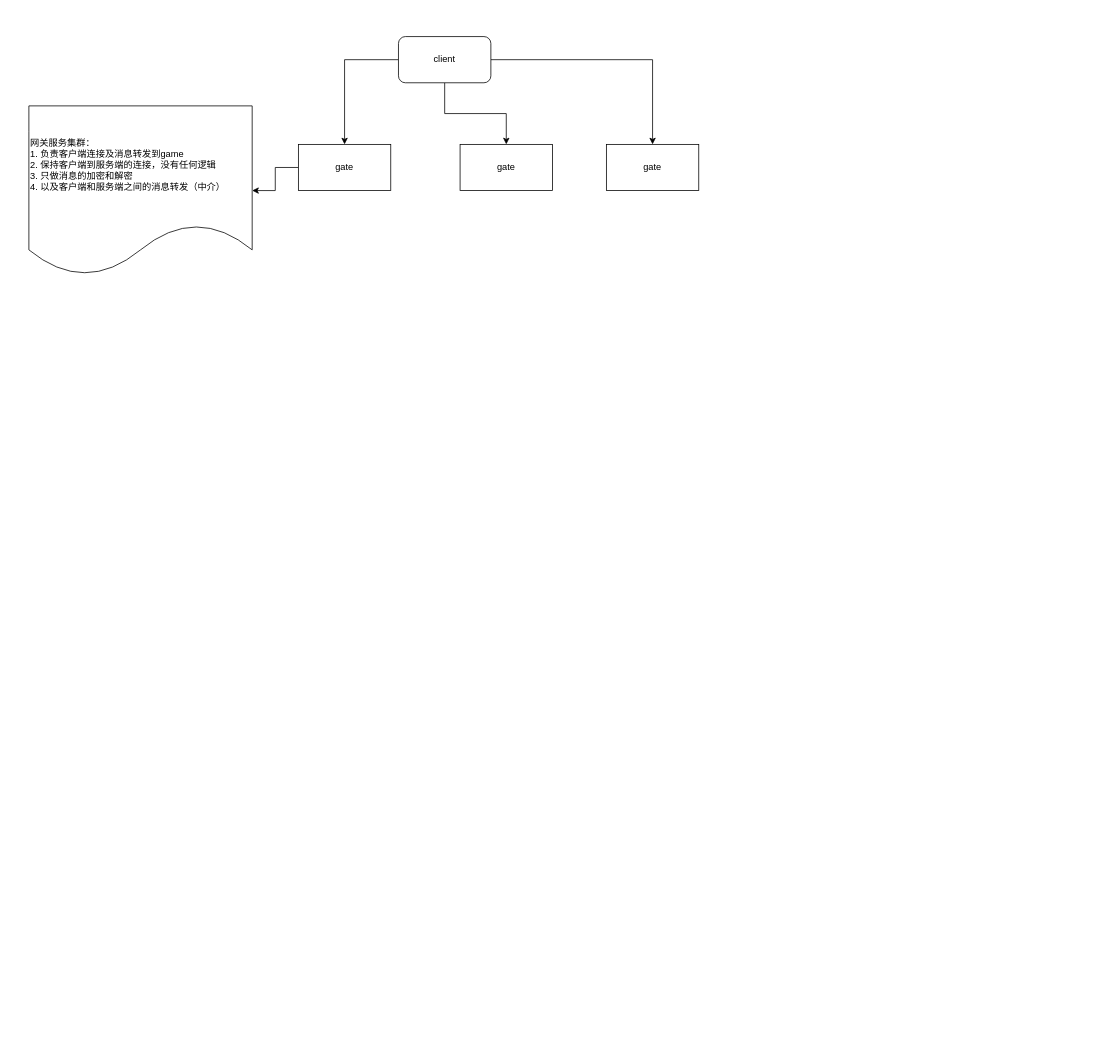
The draw.io diagram architecture.drawio in smakry/drawio, before the edit. Source tidied: cells renumbered, new cells numbered last; positions are measured from the earlier drawing's top-left corner, leaving out a move shared by most shapes. Both pictures are drawn from the tidied source at 77%, with x=0, y=0 at pixel (28, 36).
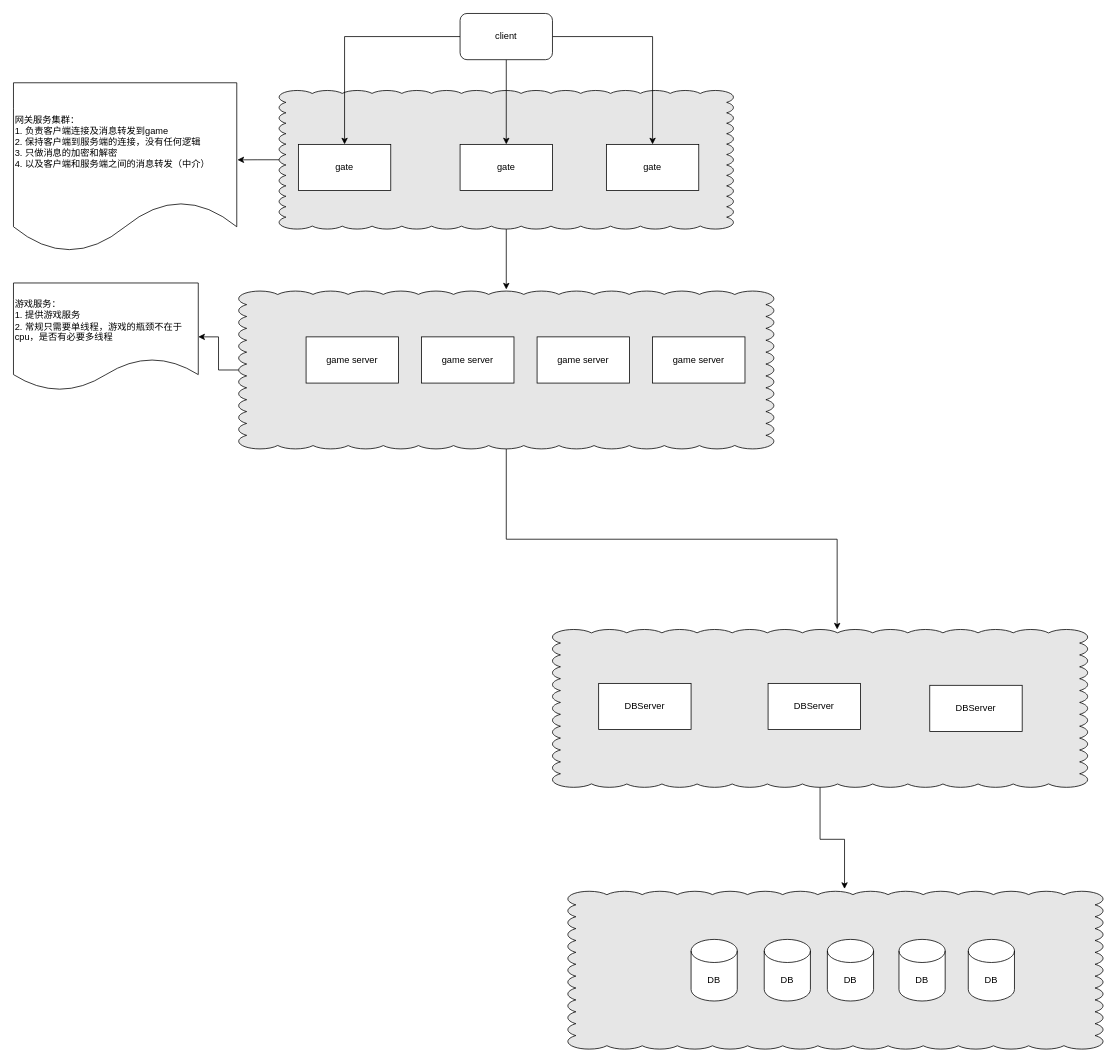
After the change.

The change refers to these unchanged cells:
```xml
<mxCell id="7" value="gate" style="rounded=0;whiteSpace=wrap;html=1;" parent="1" vertex="1">
  <mxGeometry x="350" y="140" width="120" height="60" as="geometry" />
</mxCell>
<mxCell id="8" value="gate" style="rounded=0;whiteSpace=wrap;html=1;" parent="1" vertex="1">
  <mxGeometry x="560" y="140" width="120" height="60" as="geometry" />
</mxCell>
```

Diff of the diagram source:
```diff
@@
-    <mxCell id="2" style="edgeStyle=orthogonalEdgeStyle;rounded=0;jettySize=auto;html=1;" parent="1" edge="1" source="5" target="8">
-      <mxGeometry relative="1" as="geometry" />
-    </mxCell>
+    <mxCell id="11" style="whiteSpace=wrap;html=1;shape=mxgraph.basic.cloud_rect;labelBackgroundColor=none;fillColor=#E6E6E6;" parent="1" vertex="1">
+      <mxGeometry x="700" y="1110" width="695" height="205" as="geometry" />
+    </mxCell>
+    <mxCell id="12" style="edgeStyle=orthogonalEdgeStyle;rounded=0;jettySize=auto;html=1;" parent="1" edge="1" source="14" target="19">
+      <mxGeometry relative="1" as="geometry" />
+    </mxCell>
+    <mxCell id="13" style="edgeStyle=orthogonalEdgeStyle;rounded=0;jettySize=auto;html=1;entryX=0.532;entryY=0;entryDx=0;entryDy=0;entryPerimeter=0;" parent="1" edge="1" source="14" target="29">
+      <mxGeometry relative="1" as="geometry" />
+    </mxCell>
+    <mxCell id="14" style="whiteSpace=wrap;html=1;shape=mxgraph.basic.cloud_rect;labelBackgroundColor=none;fillColor=#E6E6E6;" parent="1" vertex="1">
+      <mxGeometry x="272.5" y="330.5" width="695" height="205" as="geometry" />
+    </mxCell>
+    <mxCell id="15" style="edgeStyle=orthogonalEdgeStyle;rounded=0;jettySize=auto;html=1;entryX=0.5;entryY=-0.01;entryDx=0;entryDy=0;entryPerimeter=0;" parent="1" edge="1" source="17" target="14">
+      <mxGeometry relative="1" as="geometry" />
+    </mxCell>
+    <mxCell id="16" style="edgeStyle=orthogonalEdgeStyle;rounded=0;jettySize=auto;html=1;entryX=1.003;entryY=0.455;entryDx=0;entryDy=0;entryPerimeter=0;" parent="1" edge="1" source="17" target="10">
+      <mxGeometry relative="1" as="geometry" />
+    </mxCell>
+    <mxCell id="17" style="whiteSpace=wrap;html=1;shape=mxgraph.basic.cloud_rect;labelBackgroundColor=none;fillColor=#E6E6E6;" parent="1" vertex="1">
+      <mxGeometry x="325" y="70" width="590" height="180" as="geometry" />
+    </mxCell>
@@
+    <mxCell id="2" style="edgeStyle=orthogonalEdgeStyle;rounded=0;jettySize=auto;html=1;" parent="1" edge="1" source="5" target="8">
+      <mxGeometry relative="1" as="geometry" />
+    </mxCell>
     <mxCell id="5" value="client" style="rounded=1;whiteSpace=wrap;html=1;" parent="1" vertex="1">
-      <mxGeometry x="480" width="120" height="60" as="geometry" />
+      <mxGeometry x="560" y="-30" width="120" height="60" as="geometry" />
     </mxCell>
-    <mxCell id="6" style="edgeStyle=orthogonalEdgeStyle;rounded=0;jettySize=auto;html=1;" parent="1" edge="1" source="7" target="10">
-      <mxGeometry relative="1" as="geometry" />
-    </mxCell>
@@
     <mxCell id="10" value="网关服务集群：&lt;br&gt;1. 负责客户端连接及消息转发到game&lt;br&gt;2. 保持客户端到服务端的连接，没有任何逻辑&lt;br&gt;3. 只做消息的加密和解密&lt;br&gt;&lt;div style=&quot;&quot;&gt;&lt;span style=&quot;background-color: initial;&quot;&gt;4. 以及客户端和服务端之间的消息转发（中介）&lt;/span&gt;&lt;/div&gt;" style="shape=document;whiteSpace=wrap;html=1;boundedLbl=1;rounded=0;align=left;" parent="1" vertex="1">
-      <mxGeometry y="90" width="290" height="220" as="geometry" />
+      <mxGeometry x="-20" y="60" width="290" height="220" as="geometry" />
     </mxCell>
+    <mxCell id="18" value="game server" style="rounded=0;whiteSpace=wrap;html=1;" parent="1" vertex="1">
+      <mxGeometry x="360" y="390" width="120" height="60" as="geometry" />
+    </mxCell>
+    <mxCell id="19" value="游戏服务：&lt;br&gt;1. 提供游戏服务&lt;br&gt;2. 常规只需要单线程，游戏的瓶颈不在于cpu，是否有必要多线程" style="shape=document;whiteSpace=wrap;html=1;boundedLbl=1;rounded=0;align=left;" parent="1" vertex="1">
+      <mxGeometry x="-20" y="320" width="240" height="140" as="geometry" />
+    </mxCell>
+    <mxCell id="20" value="game server" style="rounded=0;whiteSpace=wrap;html=1;" parent="1" vertex="1">
+      <mxGeometry x="510" y="390" width="120" height="60" as="geometry" />
+    </mxCell>
+    <mxCell id="21" value="game server" style="rounded=0;whiteSpace=wrap;html=1;" parent="1" vertex="1">
+      <mxGeometry x="660" y="390" width="120" height="60" as="geometry" />
+    </mxCell>
+    <mxCell id="22" value="game server" style="rounded=0;whiteSpace=wrap;html=1;" parent="1" vertex="1">
+      <mxGeometry x="810" y="390" width="120" height="60" as="geometry" />
+    </mxCell>
+    <mxCell id="23" value="DB" style="shape=cylinder3;whiteSpace=wrap;html=1;boundedLbl=1;backgroundOutline=1;size=15;labelBackgroundColor=none;fillColor=#FFFFFF;" parent="1" vertex="1">
+      <mxGeometry x="860" y="1172.5" width="60" height="80" as="geometry" />
+    </mxCell>
+    <mxCell id="24" value="DB" style="shape=cylinder3;whiteSpace=wrap;html=1;boundedLbl=1;backgroundOutline=1;size=15;labelBackgroundColor=none;fillColor=#FFFFFF;" parent="1" vertex="1">
+      <mxGeometry x="955" y="1172.5" width="60" height="80" as="geometry" />
+    </mxCell>
+    <mxCell id="25" value="DB" style="shape=cylinder3;whiteSpace=wrap;html=1;boundedLbl=1;backgroundOutline=1;size=15;labelBackgroundColor=none;fillColor=#FFFFFF;" parent="1" vertex="1">
+      <mxGeometry x="1037" y="1172.5" width="60" height="80" as="geometry" />
+    </mxCell>
+    <mxCell id="26" value="DB" style="shape=cylinder3;whiteSpace=wrap;html=1;boundedLbl=1;backgroundOutline=1;size=15;labelBackgroundColor=none;fillColor=#FFFFFF;" parent="1" vertex="1">
+      <mxGeometry x="1130" y="1172.5" width="60" height="80" as="geometry" />
+    </mxCell>
+    <mxCell id="27" value="DB" style="shape=cylinder3;whiteSpace=wrap;html=1;boundedLbl=1;backgroundOutline=1;size=15;labelBackgroundColor=none;fillColor=#FFFFFF;" parent="1" vertex="1">
+      <mxGeometry x="1220" y="1172.5" width="60" height="80" as="geometry" />
+    </mxCell>
+    <mxCell id="28" style="edgeStyle=orthogonalEdgeStyle;rounded=0;jettySize=auto;html=1;entryX=0.517;entryY=-0.015;entryDx=0;entryDy=0;entryPerimeter=0;" parent="1" edge="1" source="29" target="11">
+      <mxGeometry relative="1" as="geometry" />
+    </mxCell>
+    <mxCell id="29" style="whiteSpace=wrap;html=1;shape=mxgraph.basic.cloud_rect;labelBackgroundColor=none;fillColor=#E6E6E6;" parent="1" vertex="1">
+      <mxGeometry x="680" y="770" width="695" height="205" as="geometry" />
+    </mxCell>
+    <mxCell id="30" value="DBServer" style="rounded=0;whiteSpace=wrap;html=1;labelBackgroundColor=none;fillColor=#FFFFFF;" parent="1" vertex="1">
+      <mxGeometry x="740" y="840" width="120" height="60" as="geometry" />
+    </mxCell>
+    <mxCell id="31" value="DBServer" style="rounded=0;whiteSpace=wrap;html=1;labelBackgroundColor=none;fillColor=#FFFFFF;" parent="1" vertex="1">
+      <mxGeometry x="960" y="840" width="120" height="60" as="geometry" />
+    </mxCell>
+    <mxCell id="32" value="DBServer" style="rounded=0;whiteSpace=wrap;html=1;labelBackgroundColor=none;fillColor=#FFFFFF;" parent="1" vertex="1">
+      <mxGeometry x="1170" y="842.5" width="120" height="60" as="geometry" />
+    </mxCell>
```
